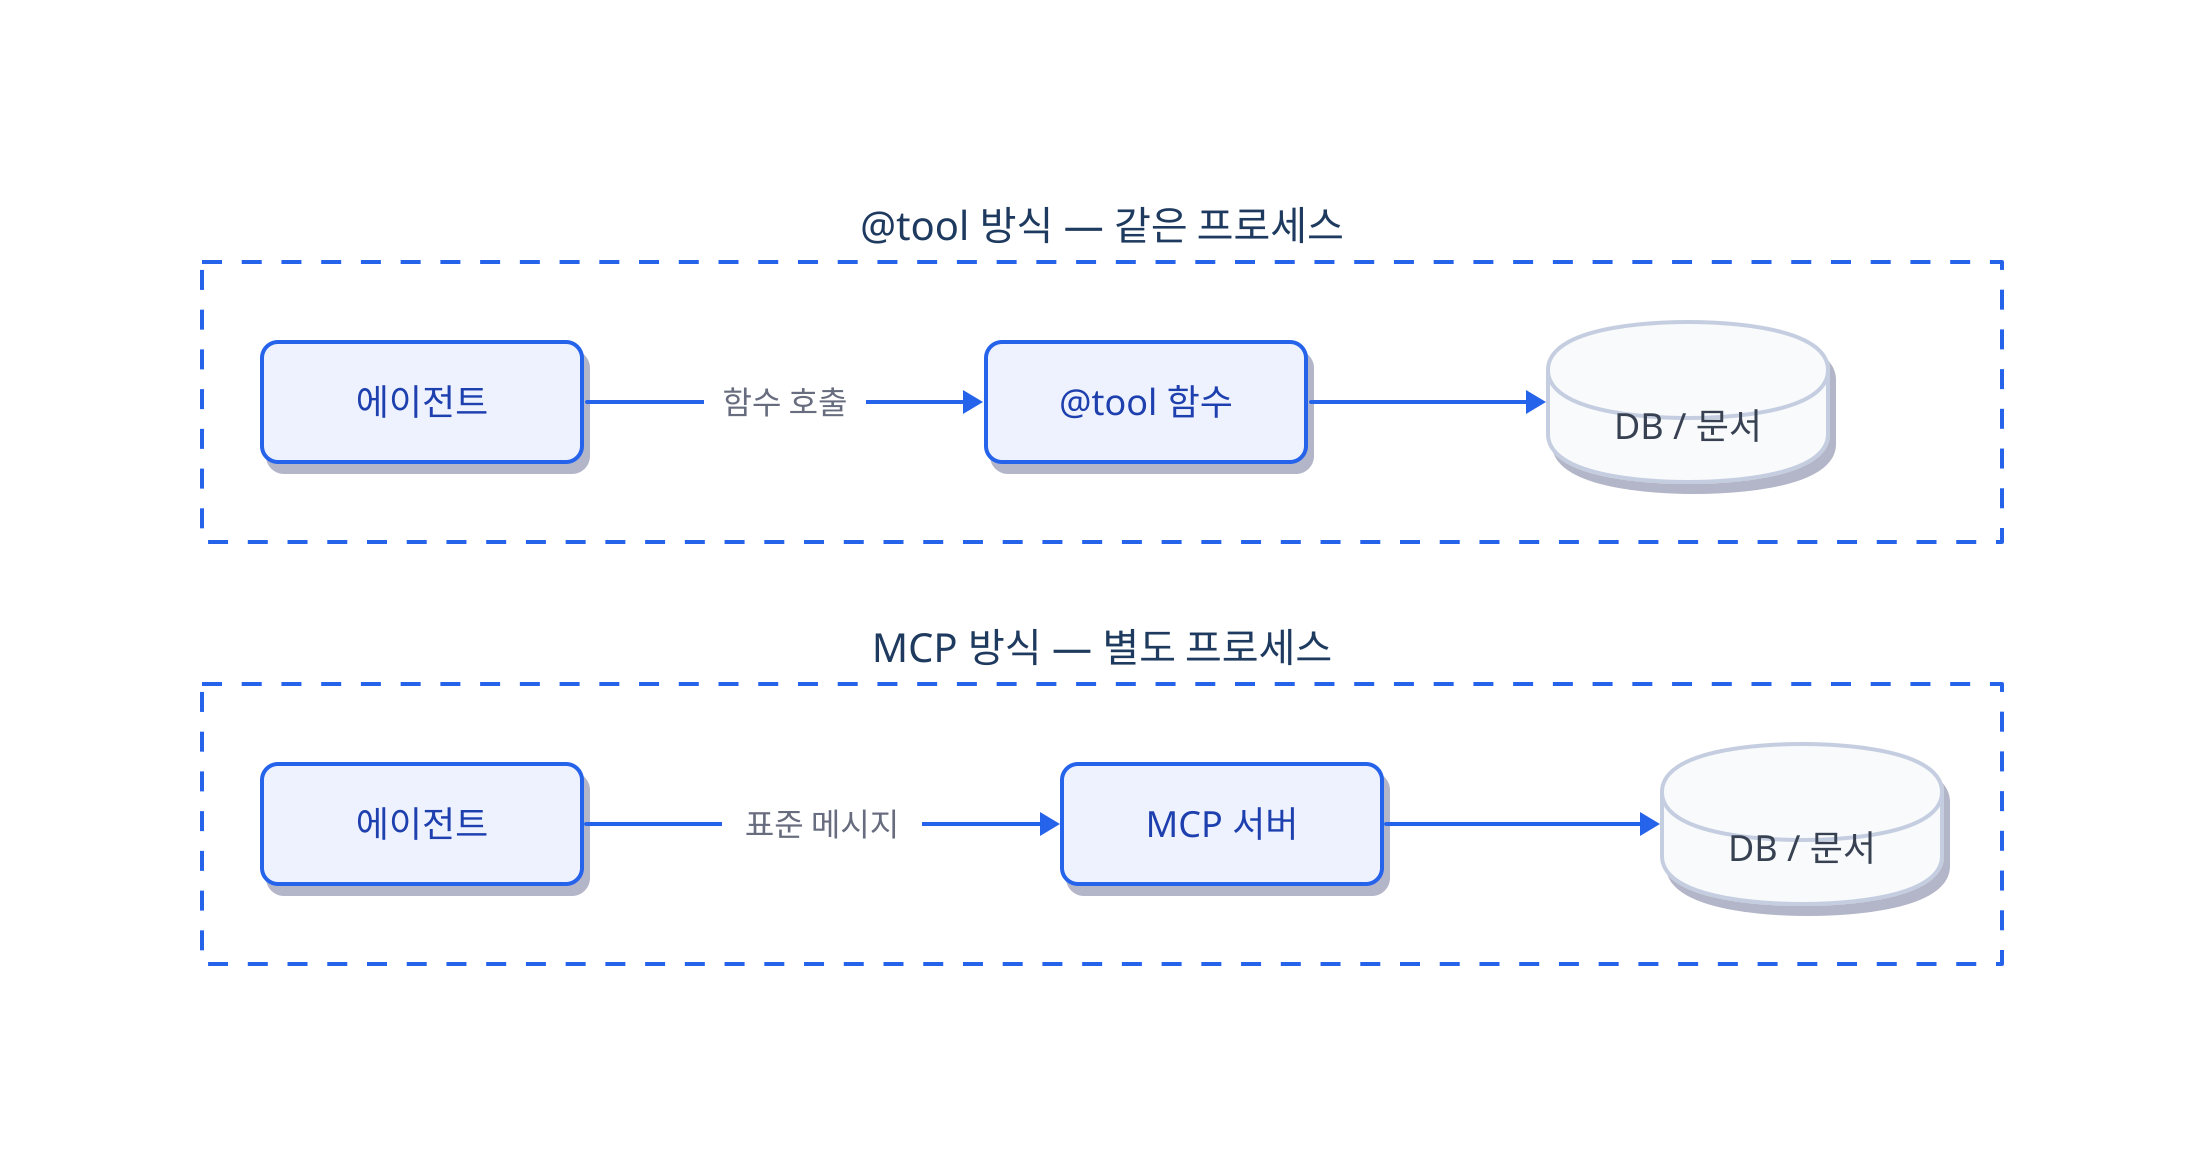
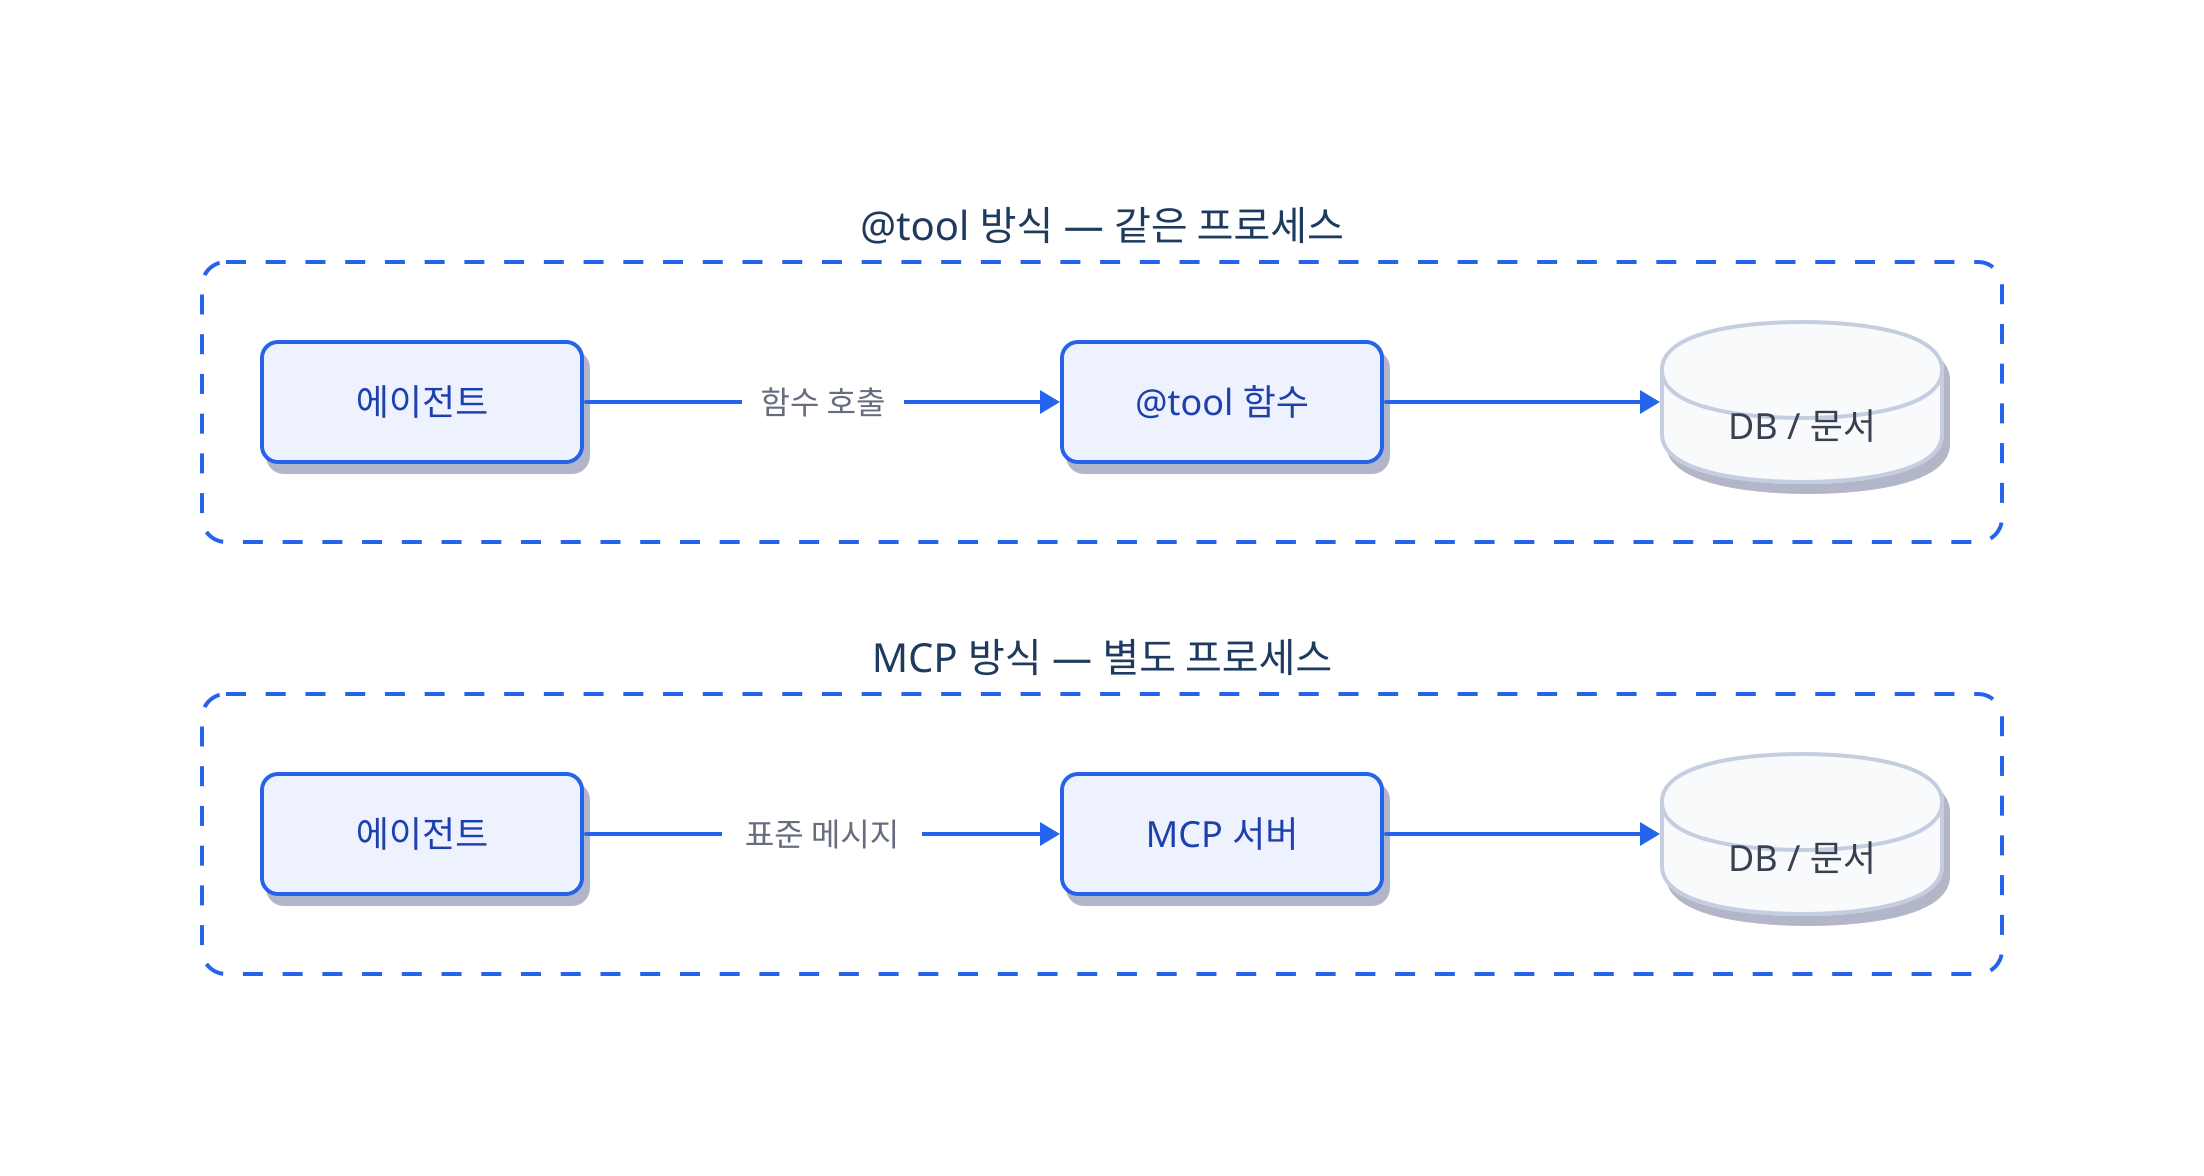
- grid-rows: 2
+ direction: right
+ 
+ # 루트 컨테이너 경계선 숨김
+ style: {
+   fill: transparent
+   stroke: transparent
+ }

classes: {
  process: {
    shape: rectangle
    style: {
      fill: "#eef2ff"
      font-color: "#1e40af"
      stroke: "#2563eb"
      stroke-width: 2
      border-radius: 8
      shadow: true
      font-size: 18
      bold: true
    }
    width: 160
    height: 60
  }
  storage: {
    shape: cylinder
    style: {
      fill: "#f8fafc"
      stroke: "#c5cee0"
      stroke-width: 2
      shadow: true
      font-size: 18
      font-color: "#374151"
      bold: true
    }
    width: 140
    height: 80
  }
  group-box: {
    style: {
      stroke: "#2563eb"
      stroke-width: 2
      stroke-dash: 5
      fill: "#ffffff"
      font-size: 20
      bold: true
      font-color: "#1e3a5f"
+       border-radius: 12
    }
  }
}

tool: "@tool 방식 — 같은 프로세스" {
  class: group-box
  direction: right

  A1: 에이전트 {
    class: process
  }
  B1: "@tool 함수" {
    class: process
  }
  C1: "DB / 문서" {
    class: storage
  }

  A1 -> B1: 함수 호출 {
    style: { stroke: "#2563eb"; stroke-width: 2 }
  }
  B1 -> C1: {
    style: { stroke: "#2563eb"; stroke-width: 2 }
  }
}

mcp: "MCP 방식 — 별도 프로세스" {
  class: group-box
  direction: right

  A2: 에이전트 {
    class: process
  }
  B2: MCP 서버 {
    class: process
  }
  C2: "DB / 문서" {
    class: storage
  }

  A2 -> B2: 표준 메시지 {
    style: { stroke: "#2563eb"; stroke-width: 2 }
  }
  B2 -> C2: {
    style: { stroke: "#2563eb"; stroke-width: 2 }
  }
}
